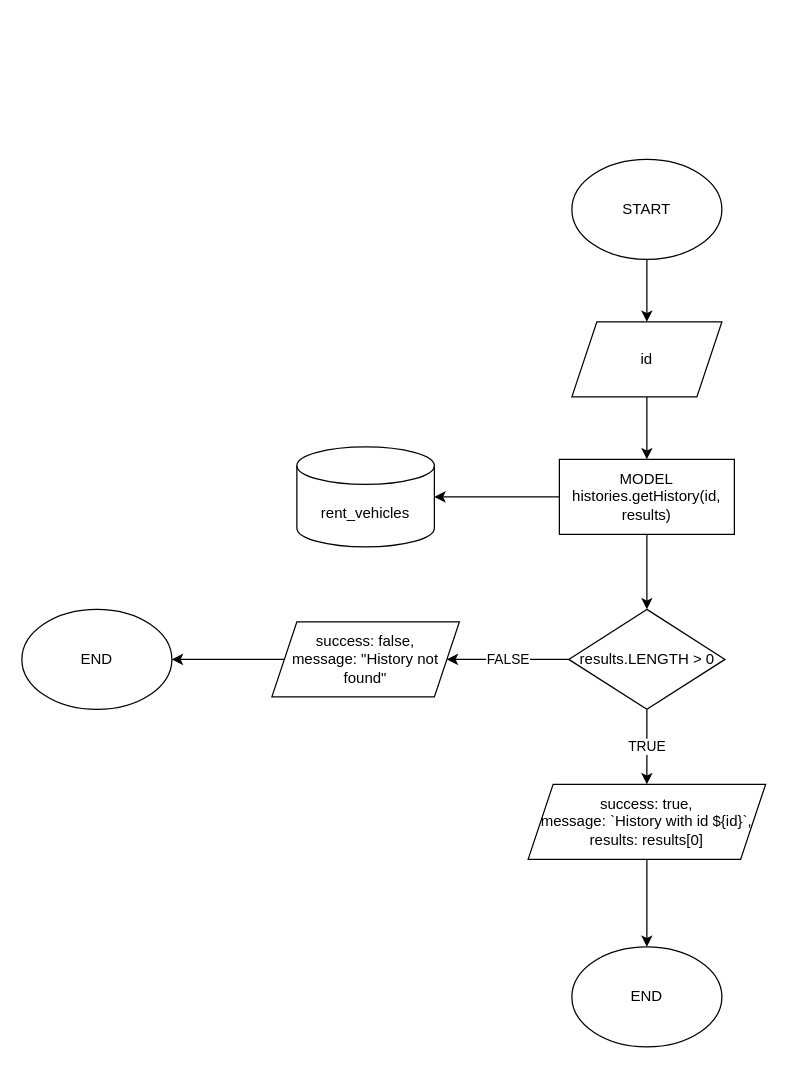
Earlier version of the draw.io diagram page "history by id" (2 of 5) of flowchart&ERD/histories.drawio (rintosaputro/fw5-backend-beginner). Source tidied: cells renumbered, new cells numbered last; positions are measured from the earlier drawing's top-left corner, leaving out a move shared by most shapes. Both pictures are drawn from the tidied source at 125%, with x=0, y=0 at pixel (21, 159).
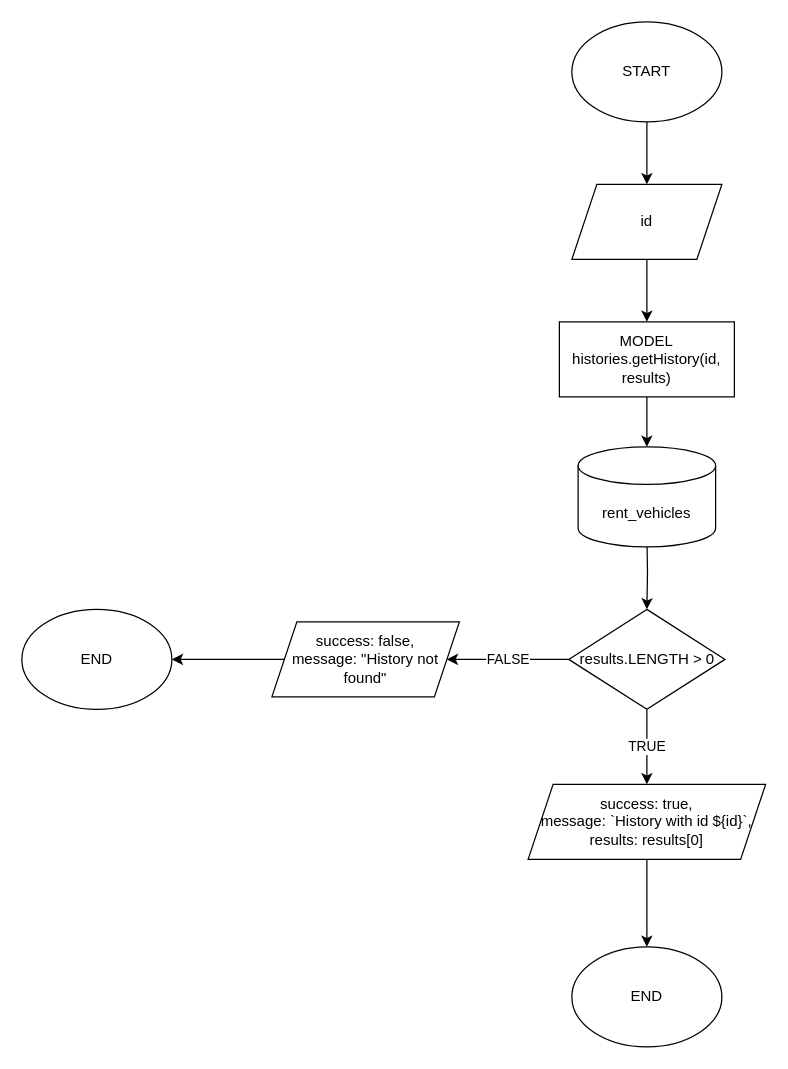
The same diagram, later.

The edit, as a diff of the source:
```diff
@@
 <mxGraphModel>
   <root>
     <mxCell id="0" />
     <mxCell id="1" parent="0" />
     <mxCell id="2" style="edgeStyle=orthogonalEdgeStyle;rounded=0;jettySize=auto;html=1;" parent="1" edge="1" source="3" target="5">
       <mxGeometry relative="1" as="geometry" />
     </mxCell>
     <mxCell id="3" value="START" style="ellipse;whiteSpace=wrap;html=1;" parent="1" vertex="1">
-      <mxGeometry x="440" width="120" height="80" as="geometry" />
+      <mxGeometry x="440" y="-110" width="120" height="80" as="geometry" />
     </mxCell>
     <mxCell id="4" style="edgeStyle=orthogonalEdgeStyle;rounded=0;jettySize=auto;html=1;" parent="1" edge="1" source="5" target="8">
       <mxGeometry relative="1" as="geometry" />
     </mxCell>
     <mxCell id="5" value="id" style="shape=parallelogram;perimeter=parallelogramPerimeter;whiteSpace=wrap;html=1;fixedSize=1;" parent="1" vertex="1">
-      <mxGeometry x="440" y="130" width="120" height="60" as="geometry" />
+      <mxGeometry x="440" y="20" width="120" height="60" as="geometry" />
     </mxCell>
     <mxCell id="6" style="edgeStyle=orthogonalEdgeStyle;rounded=0;jettySize=auto;html=1;" parent="1" edge="1" source="8" target="9">
       <mxGeometry relative="1" as="geometry" />
     </mxCell>
-    <mxCell id="7" style="edgeStyle=orthogonalEdgeStyle;rounded=0;jettySize=auto;html=1;" parent="1" edge="1" source="8" target="12">
-      <mxGeometry relative="1" as="geometry" />
+    <mxCell id="7" style="edgeStyle=orthogonalEdgeStyle;rounded=0;jettySize=auto;html=1;" parent="1" edge="1" target="12">
+      <mxGeometry relative="1" as="geometry">
+        <mxPoint x="500" y="300" as="sourcePoint" />
+      </mxGeometry>
     </mxCell>
     <mxCell id="8" value="MODEL&lt;br&gt;histories.getHistory(id, results)" style="rounded=0;whiteSpace=wrap;html=1;" parent="1" vertex="1">
-      <mxGeometry x="430" y="240" width="140" height="60" as="geometry" />
+      <mxGeometry x="430" y="130" width="140" height="60" as="geometry" />
     </mxCell>
     <mxCell id="9" value="rent_vehicles" style="shape=cylinder3;whiteSpace=wrap;html=1;boundedLbl=1;backgroundOutline=1;size=15;" parent="1" vertex="1">
-      <mxGeometry x="220" y="230" width="110" height="80" as="geometry" />
+      <mxGeometry x="445" y="230" width="110" height="80" as="geometry" />
     </mxCell>
     <mxCell id="10" value="FALSE" style="edgeStyle=orthogonalEdgeStyle;rounded=0;jettySize=auto;html=1;" parent="1" edge="1" source="12" target="14">
       <mxGeometry relative="1" as="geometry" />
     </mxCell>
     <mxCell id="11" value="TRUE" style="edgeStyle=orthogonalEdgeStyle;rounded=0;jettySize=auto;html=1;" parent="1" edge="1" source="12" target="17">
       <mxGeometry relative="1" as="geometry" />
     </mxCell>
     <mxCell id="12" value="results.LENGTH &amp;gt; 0" style="rhombus;whiteSpace=wrap;html=1;" parent="1" vertex="1">
       <mxGeometry x="437.5" y="360" width="125" height="80" as="geometry" />
     </mxCell>
     <mxCell id="13" style="edgeStyle=orthogonalEdgeStyle;rounded=0;jettySize=auto;html=1;" parent="1" edge="1" source="14" target="15">
       <mxGeometry relative="1" as="geometry" />
     </mxCell>
     <mxCell id="14" value="success: false,&lt;br&gt;message: &quot;History not found&quot;" style="shape=parallelogram;perimeter=parallelogramPerimeter;whiteSpace=wrap;html=1;fixedSize=1;" parent="1" vertex="1">
       <mxGeometry x="200" y="370" width="150" height="60" as="geometry" />
     </mxCell>
     <mxCell id="15" value="END" style="ellipse;whiteSpace=wrap;html=1;" parent="1" vertex="1">
       <mxGeometry y="360" width="120" height="80" as="geometry" />
     </mxCell>
     <mxCell id="16" style="edgeStyle=orthogonalEdgeStyle;rounded=0;jettySize=auto;html=1;" parent="1" edge="1" source="17" target="18">
       <mxGeometry relative="1" as="geometry" />
     </mxCell>
     <mxCell id="17" value="success: true,&lt;br&gt;message: `History with id ${id}`,&lt;br&gt;results: results[0]" style="shape=parallelogram;perimeter=parallelogramPerimeter;whiteSpace=wrap;html=1;fixedSize=1;" parent="1" vertex="1">
       <mxGeometry x="405" y="500" width="190" height="60" as="geometry" />
     </mxCell>
     <mxCell id="18" value="END" style="ellipse;whiteSpace=wrap;html=1;" parent="1" vertex="1">
       <mxGeometry x="440" y="630" width="120" height="80" as="geometry" />
     </mxCell>
   </root>
 </mxGraphModel>
```
